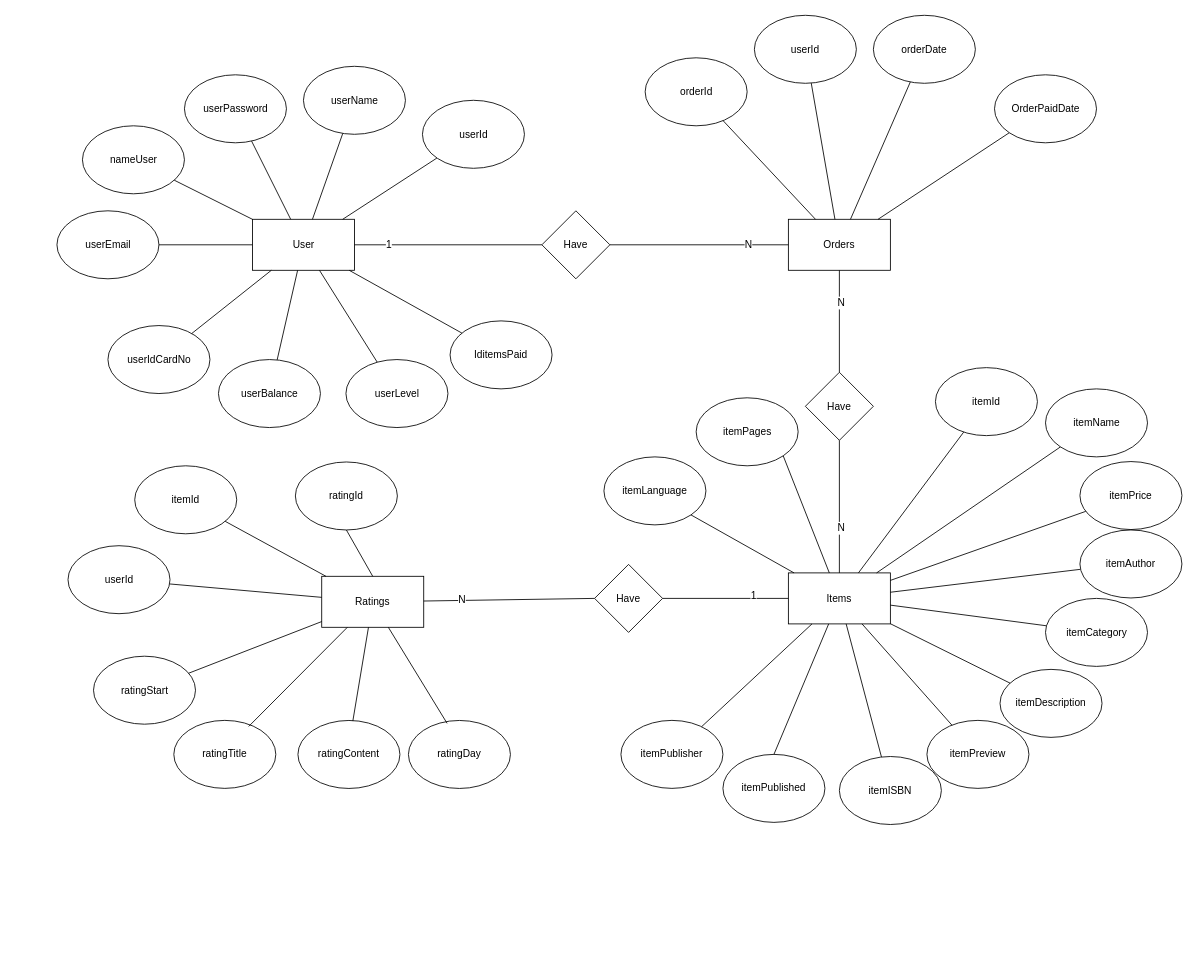
Earlier version of the draw.io diagram Documents/erd/erd.drawio (tung120320/E-Book-Order-G02). Source tidied: cells renumbered, new cells numbered last; positions are measured from the earlier drawing's top-left corner, leaving out a move shared by most shapes. Both pictures are drawn from the tidied source at 85%, with x=0, y=0 at pixel (56, 14).
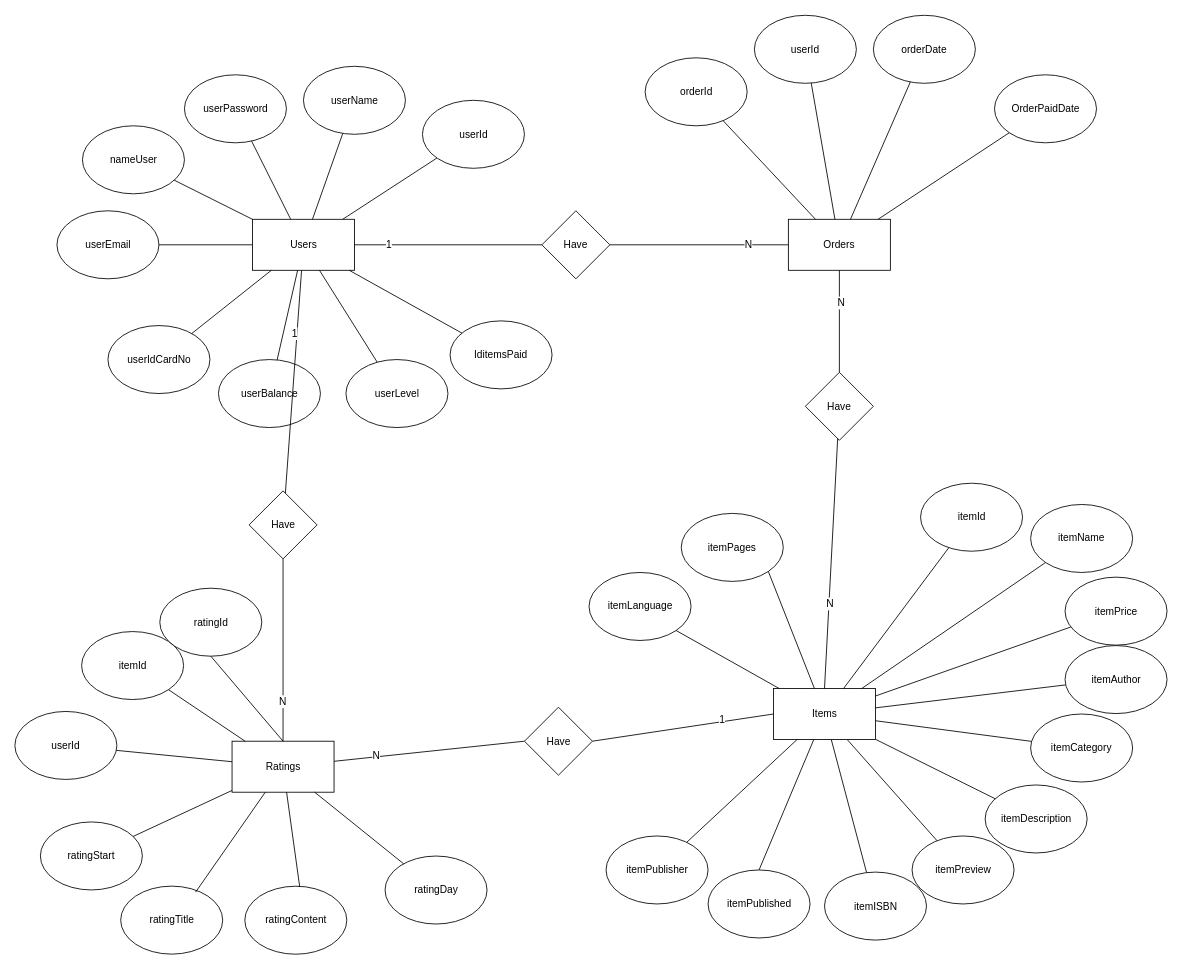
The same diagram, later.

The edit, as a diff of the source:
```diff
@@
     <mxCell id="2" value="Items" style="rounded=0;whiteSpace=wrap;html=1;" parent="1" vertex="1">
-      <mxGeometry x="861" y="656.5" width="120" height="60" as="geometry" />
+      <mxGeometry x="843.5" y="792.5" width="120" height="60" as="geometry" />
     </mxCell>
     <mxCell id="3" value="itemPublisher&lt;br&gt;" style="ellipse;whiteSpace=wrap;html=1;" parent="1" vertex="1">
-      <mxGeometry x="664" y="830" width="120" height="80" as="geometry" />
+      <mxGeometry x="646.5" y="966" width="120" height="80" as="geometry" />
     </mxCell>
     <mxCell id="4" value="itemPreview" style="ellipse;whiteSpace=wrap;html=1;" parent="1" vertex="1">
-      <mxGeometry x="1024" y="830" width="120" height="80" as="geometry" />
+      <mxGeometry x="1006.5" y="966" width="120" height="80" as="geometry" />
     </mxCell>
     <mxCell id="5" value="itemPrice" style="ellipse;whiteSpace=wrap;html=1;" parent="1" vertex="1">
-      <mxGeometry x="1204" y="525.5" width="120" height="80" as="geometry" />
+      <mxGeometry x="1186.5" y="661.5" width="120" height="80" as="geometry" />
     </mxCell>
     <mxCell id="6" value="itemDescription" style="ellipse;whiteSpace=wrap;html=1;" parent="1" vertex="1">
-      <mxGeometry x="1110" y="770" width="120" height="80" as="geometry" />
+      <mxGeometry x="1092.5" y="906" width="120" height="80" as="geometry" />
     </mxCell>
     <mxCell id="7" value="itemPublished" style="ellipse;whiteSpace=wrap;html=1;" parent="1" vertex="1">
-      <mxGeometry x="784" y="870" width="120" height="80" as="geometry" />
+      <mxGeometry x="766.5" y="1006" width="120" height="80" as="geometry" />
     </mxCell>
     <mxCell id="8" value="itemPages" style="ellipse;whiteSpace=wrap;html=1;" parent="1" vertex="1">
-      <mxGeometry x="752.5" y="450.5" width="120" height="80" as="geometry" />
+      <mxGeometry x="735" y="586.5" width="120" height="80" as="geometry" />
     </mxCell>
     <mxCell id="9" value="itemISBN" style="ellipse;whiteSpace=wrap;html=1;" parent="1" vertex="1">
-      <mxGeometry x="921" y="872.5" width="120" height="80" as="geometry" />
+      <mxGeometry x="903.5" y="1008.5" width="120" height="80" as="geometry" />
     </mxCell>
     <mxCell id="10" value="itemLanguage" style="ellipse;whiteSpace=wrap;html=1;" parent="1" vertex="1">
-      <mxGeometry x="644" y="520" width="120" height="80" as="geometry" />
+      <mxGeometry x="626.5" y="656" width="120" height="80" as="geometry" />
     </mxCell>
     <mxCell id="11" value="itemCategory" style="ellipse;whiteSpace=wrap;html=1;" parent="1" vertex="1">
-      <mxGeometry x="1163.5" y="686.5" width="120" height="80" as="geometry" />
+      <mxGeometry x="1146" y="822.5" width="120" height="80" as="geometry" />
     </mxCell>
     <mxCell id="12" value="itemName" style="ellipse;whiteSpace=wrap;html=1;" parent="1" vertex="1">
-      <mxGeometry x="1163.5" y="440" width="120" height="80" as="geometry" />
+      <mxGeometry x="1146" y="576" width="120" height="80" as="geometry" />
     </mxCell>
-    <mxCell id="13" value="User" style="rounded=0;whiteSpace=wrap;html=1;" parent="1" vertex="1">
+    <mxCell id="13" value="Users" style="rounded=0;whiteSpace=wrap;html=1;" parent="1" vertex="1">
       <mxGeometry x="230.5" y="240.5" width="120" height="60" as="geometry" />
     </mxCell>
@@
     <mxCell id="21" value="itemId" style="ellipse;whiteSpace=wrap;html=1;" parent="1" vertex="1">
-      <mxGeometry x="1034" y="415" width="120" height="80" as="geometry" />
+      <mxGeometry x="1016.5" y="551" width="120" height="80" as="geometry" />
     </mxCell>
@@
     <mxCell id="33" style="endArrow=none;html=1;" parent="1" edge="1" target="2">
       <mxGeometry relative="1" as="geometry">
-        <mxPoint x="1204.5" y="652.3" as="sourcePoint" />
+        <mxPoint x="1187" y="788.3" as="sourcePoint" />
       </mxGeometry>
     </mxCell>
@@
     <mxCell id="62" value="Ratings" style="rounded=0;whiteSpace=wrap;html=1;" parent="1" vertex="1">
-      <mxGeometry x="312" y="660.5" width="120" height="60" as="geometry" />
+      <mxGeometry x="206.5" y="854.5" width="120" height="60" as="geometry" />
     </mxCell>
     <mxCell id="63" value="ratingStart" style="ellipse;whiteSpace=wrap;html=1;" parent="1" vertex="1">
-      <mxGeometry x="43.5" y="754.5" width="120" height="80" as="geometry" />
+      <mxGeometry x="-19" y="949.5" width="120" height="80" as="geometry" />
     </mxCell>
     <mxCell id="64" value="&lt;span&gt;ratingTitle&lt;/span&gt;" style="ellipse;whiteSpace=wrap;html=1;" parent="1" vertex="1">
-      <mxGeometry x="138" y="830" width="120" height="80" as="geometry" />
+      <mxGeometry x="75.5" y="1025" width="120" height="80" as="geometry" />
     </mxCell>
     <mxCell id="65" value="ratingContent" style="ellipse;whiteSpace=wrap;html=1;" parent="1" vertex="1">
-      <mxGeometry x="284" y="830.1" width="120" height="80" as="geometry" />
+      <mxGeometry x="221.5" y="1025.1" width="120" height="80" as="geometry" />
     </mxCell>
     <mxCell id="66" value="itemId" style="ellipse;whiteSpace=wrap;html=1;" parent="1" vertex="1">
-      <mxGeometry x="92" y="530.5" width="120" height="80" as="geometry" />
+      <mxGeometry x="29.5" y="725.5" width="120" height="80" as="geometry" />
     </mxCell>
     <mxCell id="67" value="userId" style="ellipse;whiteSpace=wrap;html=1;" parent="1" vertex="1">
-      <mxGeometry x="13.5" y="624.5" width="120" height="80" as="geometry" />
+      <mxGeometry x="-49" y="819.5" width="120" height="80" as="geometry" />
     </mxCell>
     <mxCell id="68" style="endArrow=none;html=1;" parent="1" edge="1" target="62">
       <mxGeometry relative="1" as="geometry">
-        <mxPoint x="226.1" y="837.1" as="sourcePoint" />
+        <mxPoint x="163.6" y="1032.1" as="sourcePoint" />
       </mxGeometry>
     </mxCell>
@@
     <mxCell id="70" style="endArrow=none;html=1;" parent="1" edge="1" target="62">
       <mxGeometry relative="1" as="geometry">
-        <mxPoint x="348.6" y="830.8" as="sourcePoint" />
+        <mxPoint x="286.1" y="1025.8" as="sourcePoint" />
       </mxGeometry>
     </mxCell>
@@
     <mxCell id="75" value="Have" style="rhombus;whiteSpace=wrap;html=1;" parent="1" vertex="1">
-      <mxGeometry x="633" y="646.5" width="80" height="80" as="geometry" />
+      <mxGeometry x="550.5" y="814.5" width="80" height="80" as="geometry" />
     </mxCell>
     <mxCell id="76" value="ratingDay" style="ellipse;whiteSpace=wrap;html=1;" parent="1" vertex="1">
-      <mxGeometry x="414" y="830.1" width="120" height="80" as="geometry" />
+      <mxGeometry x="386.5" y="989.6" width="120" height="80" as="geometry" />
     </mxCell>
-    <mxCell id="77" style="endArrow=none;html=1;" parent="1" edge="1" target="62">
-      <mxGeometry relative="1" as="geometry">
-        <mxPoint x="459.5" y="833.5" as="sourcePoint" />
-      </mxGeometry>
+    <mxCell id="77" style="endArrow=none;html=1;" parent="1" edge="1" source="76" target="62">
+      <mxGeometry relative="1" as="geometry" />
     </mxCell>
@@
     <mxCell id="80" value="ratingId" style="ellipse;whiteSpace=wrap;html=1;" parent="1" vertex="1">
-      <mxGeometry x="281" y="526" width="120" height="80" as="geometry" />
+      <mxGeometry x="121.5" y="674.5" width="120" height="80" as="geometry" />
     </mxCell>
@@
     <mxCell id="82" value="itemAuthor" style="ellipse;whiteSpace=wrap;html=1;" parent="1" vertex="1">
-      <mxGeometry x="1204" y="606" width="120" height="80" as="geometry" />
+      <mxGeometry x="1186.5" y="742" width="120" height="80" as="geometry" />
     </mxCell>
@@
+    <mxCell id="85" style="endArrow=none;html=1;exitX=0.5;exitY=1;exitDx=0;exitDy=0;entryX=0.5;entryY=0;entryDx=0;entryDy=0;" parent="1" edge="1" source="87" target="62">
+      <mxGeometry relative="1" as="geometry" />
+    </mxCell>
+    <mxCell id="86" value="N" style="text;html=1;align=center;verticalAlign=middle;labelBackgroundColor=#ffffff;" parent="85" vertex="1">
+      <mxGeometry x="0.56" y="-1" relative="1" as="geometry" />
+    </mxCell>
+    <mxCell id="87" value="Have" style="rhombus;whiteSpace=wrap;html=1;" parent="1" vertex="1">
+      <mxGeometry x="226.5" y="560" width="80" height="80" as="geometry" />
+    </mxCell>
+    <mxCell id="88" style="endArrow=none;html=1;" parent="1" edge="1" source="87" target="13">
+      <mxGeometry relative="1" as="geometry" />
+    </mxCell>
+    <mxCell id="89" value="1" style="text;html=1;align=center;verticalAlign=middle;labelBackgroundColor=#ffffff;" parent="88" vertex="1">
+      <mxGeometry x="0.43" y="3" relative="1" as="geometry" />
+    </mxCell>
```
